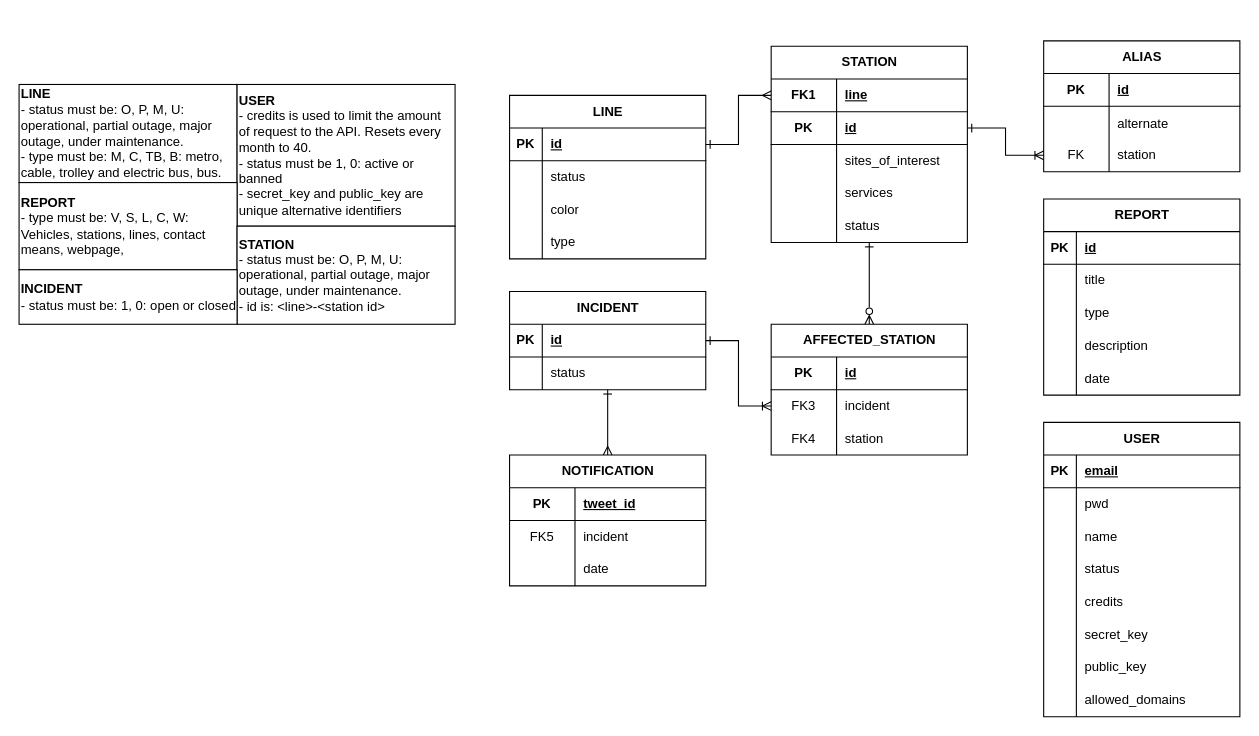
Above: documentation/db/db.drawio in danielcgiraldo/metromap (draw.io), before the change. Source tidied: cells renumbered, new cells numbered last; positions are measured from the earlier drawing's top-left corner, leaving out a move shared by most shapes. Both pictures are drawn from the tidied source at 109%, with x=0, y=0 at pixel (19, 40).
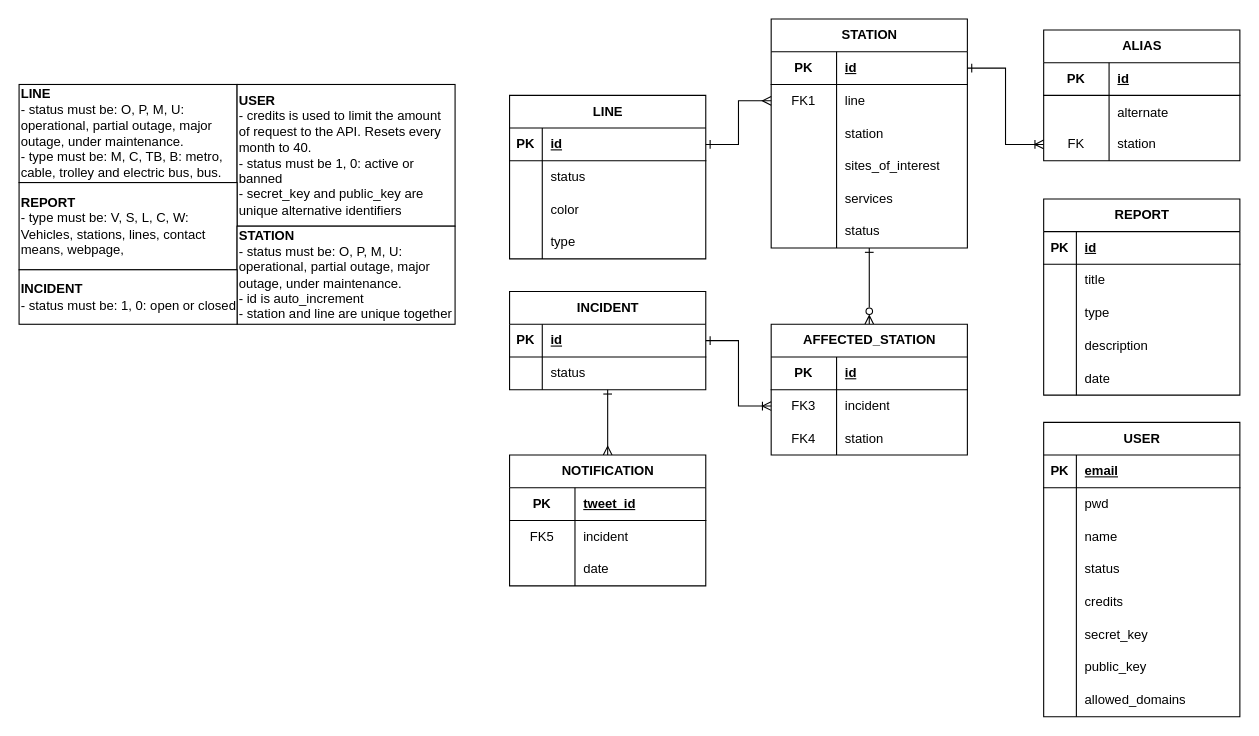
After the change.

Commit message:
django compatibility

The change refers to these unchanged cells:
```xml
<mxCell id="3" style="shape=tableRow;horizontal=0;startSize=0;swimlaneHead=0;swimlaneBody=0;fillColor=none;points=[[0,0.5],[1,0.5]];portConstraint=eastwest;top=0;left=0;right=0;bottom=1;" parent="2" vertex="1">
  <mxGeometry y="30" width="180" height="30" as="geometry" />
</mxCell>
```

What changed in the source:
```diff
@@
     <mxCell id="15" value="STATION" style="shape=table;startSize=30;childLayout=tableLayout;rowLines=0;fontStyle=1;align=center;html=1;" parent="1" vertex="1">
-      <mxGeometry x="690" y="5" width="180" height="180" as="geometry" />
+      <mxGeometry x="690" y="-20" width="180" height="210" as="geometry" />
     </mxCell>
-    <mxCell id="16" style="shape=tableRow;horizontal=0;startSize=0;swimlaneHead=0;swimlaneBody=0;fillColor=none;points=[[0,0.5],[1,0.5]];portConstraint=eastwest;top=0;left=0;right=0;bottom=1;" parent="15" vertex="1">
-      <mxGeometry y="30" width="180" height="30" as="geometry" />
-    </mxCell>
-    <mxCell id="17" value="FK1" style="shape=partialRectangle;fillColor=none;top=0;left=0;bottom=0;right=0;fontStyle=1;overflow=hidden;whiteSpace=wrap;html=1;" parent="16" vertex="1">
-      <mxGeometry width="60" height="30" as="geometry" />
-    </mxCell>
-    <mxCell id="18" value="line" style="shape=partialRectangle;fillColor=none;top=0;left=0;bottom=0;right=0;align=left;spacingLeft=6;fontStyle=5;overflow=hidden;whiteSpace=wrap;html=1;" parent="16" vertex="1">
-      <mxGeometry x="60" width="120" height="30" as="geometry" />
-    </mxCell>
     <mxCell id="19" style="shape=tableRow;horizontal=0;startSize=0;swimlaneHead=0;swimlaneBody=0;fillColor=none;points=[[0,0.5],[1,0.5]];portConstraint=eastwest;top=0;left=0;right=0;bottom=1;strokeColor=default;swimlaneLine=1;" parent="15" vertex="1">
-      <mxGeometry y="60" width="180" height="30" as="geometry" />
+      <mxGeometry y="30" width="180" height="30" as="geometry" />
     </mxCell>
@@
+    <mxCell id="119" style="shape=tableRow;horizontal=0;startSize=0;swimlaneHead=0;swimlaneBody=0;fillColor=none;points=[[0,0.5],[1,0.5]];portConstraint=eastwest;top=0;left=0;right=0;bottom=0;" parent="15" vertex="1">
+      <mxGeometry y="60" width="180" height="30" as="geometry" />
+    </mxCell>
+    <mxCell id="17" value="FK1" style="shape=partialRectangle;fillColor=none;top=0;left=0;bottom=0;right=0;fontStyle=0;overflow=hidden;whiteSpace=wrap;html=1;" parent="119" vertex="1">
+      <mxGeometry width="60" height="30" as="geometry" />
+    </mxCell>
+    <mxCell id="18" value="line" style="shape=partialRectangle;fillColor=none;top=0;left=0;bottom=0;right=0;align=left;spacingLeft=6;fontStyle=0;overflow=hidden;whiteSpace=wrap;html=1;" parent="119" vertex="1">
+      <mxGeometry x="60" width="120" height="30" as="geometry" />
+    </mxCell>
+    <mxCell id="120" style="shape=tableRow;horizontal=0;startSize=0;swimlaneHead=0;swimlaneBody=0;fillColor=none;top=0;left=0;right=0;bottom=0;" parent="15" vertex="1">
+      <mxGeometry y="90" width="180" height="30" as="geometry" />
+    </mxCell>
+    <mxCell id="121" style="shape=partialRectangle;fillColor=none;top=0;left=0;bottom=0;right=0;overflow=hidden;" parent="120" vertex="1">
+      <mxGeometry width="60" height="30" as="geometry" />
+    </mxCell>
+    <mxCell id="122" value="station" style="shape=partialRectangle;fillColor=none;top=0;left=0;bottom=0;right=0;align=left;spacingLeft=6;overflow=hidden;" parent="120" vertex="1">
+      <mxGeometry x="60" width="120" height="30" as="geometry" />
+    </mxCell>
     <mxCell id="22" style="shape=tableRow;horizontal=0;startSize=0;swimlaneHead=0;swimlaneBody=0;fillColor=none;top=0;left=0;right=0;bottom=0;" parent="15" vertex="1">
-      <mxGeometry y="90" width="180" height="30" as="geometry" />
+      <mxGeometry y="120" width="180" height="30" as="geometry" />
     </mxCell>
@@
     <mxCell id="25" style="shape=tableRow;horizontal=0;startSize=0;swimlaneHead=0;swimlaneBody=0;fillColor=none;top=0;left=0;right=0;bottom=0;" parent="15" vertex="1">
-      <mxGeometry y="120" width="180" height="30" as="geometry" />
+      <mxGeometry y="150" width="180" height="30" as="geometry" />
     </mxCell>
@@
     <mxCell id="28" style="shape=tableRow;horizontal=0;startSize=0;swimlaneHead=0;swimlaneBody=0;fillColor=none;top=0;left=0;right=0;bottom=0;" parent="15" vertex="1">
-      <mxGeometry y="150" width="180" height="30" as="geometry" />
+      <mxGeometry y="180" width="180" height="30" as="geometry" />
     </mxCell>
@@
-    <mxCell id="93" value="&lt;b&gt;STATION&lt;/b&gt;&lt;br&gt;- status must be: O, P, M, U: operational, partial outage, major outage, under maintenance.&lt;br&gt;- id is: &amp;lt;line&amp;gt;-&amp;lt;station id&amp;gt;" style="rounded=0;whiteSpace=wrap;html=1;align=left;" parent="1" vertex="1">
+    <mxCell id="93" value="&lt;b&gt;STATION&lt;/b&gt;&lt;br&gt;- status must be: O, P, M, U: operational, partial outage, major outage, under maintenance.&lt;br&gt;- id is auto_increment&lt;br&gt;- station and line are unique together" style="rounded=0;whiteSpace=wrap;html=1;align=left;" parent="1" vertex="1">
       <mxGeometry x="200" y="170" width="200" height="90" as="geometry" />
     </mxCell>
@@
     <mxCell id="95" value="ALIAS" style="shape=table;startSize=30;childLayout=tableLayout;rowLines=0;fontStyle=1;align=center;html=1;" parent="1" vertex="1">
-      <mxGeometry x="940" width="180" height="120" as="geometry" />
+      <mxGeometry x="940" y="-10" width="180" height="120" as="geometry" />
     </mxCell>
@@
-    <mxCell id="117" style="edgeStyle=orthogonalEdgeStyle;rounded=0;jettySize=auto;html=1;exitX=1;exitY=0.5;exitDx=0;exitDy=0;entryX=0;entryY=0.5;entryDx=0;entryDy=0;startArrow=ERone;startFill=0;endArrow=ERmany;endFill=0;" parent="1" edge="1" source="3" target="16">
+    <mxCell id="117" style="edgeStyle=orthogonalEdgeStyle;rounded=0;jettySize=auto;html=1;exitX=1;exitY=0.5;exitDx=0;exitDy=0;entryX=0;entryY=0.5;entryDx=0;entryDy=0;startArrow=ERone;startFill=0;endArrow=ERmany;endFill=0;" parent="1" edge="1" source="3" target="119">
       <mxGeometry relative="1" as="geometry" />
     </mxCell>
```
